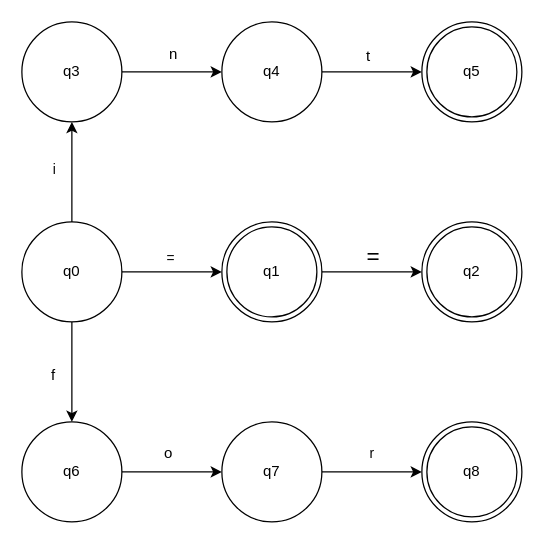
This is resources/book/DFA Example.drawio from EthanChartoff/Quest, a draw.io file, before an edit. Source tidied: cells renumbered, new cells numbered last; positions are measured from the earlier drawing's top-left corner, leaving out a move shared by most shapes. Both pictures are drawn from the tidied source at 125%, with x=0, y=0 at pixel (21, 21).
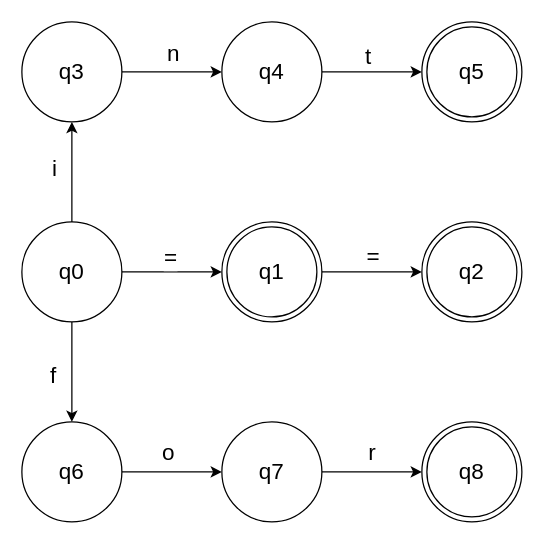
After the change.

Change to the diagram source:
```diff
@@
-    <mxCell id="2" style="edgeStyle=orthogonalEdgeStyle;rounded=0;jettySize=auto;html=1;" parent="1" edge="1" source="7">
+    <mxCell id="2" style="edgeStyle=orthogonalEdgeStyle;rounded=0;jettySize=auto;html=1;fontSize=18;" parent="1" edge="1" source="7">
       <mxGeometry relative="1" as="geometry">
         <mxPoint x="160" y="200" as="targetPoint" />
       </mxGeometry>
     </mxCell>
-    <mxCell id="3" value="=" style="edgeLabel;html=1;align=center;verticalAlign=middle;" parent="2" vertex="1">
+    <mxCell id="3" value="=" style="edgeLabel;html=1;align=center;verticalAlign=middle;fontSize=18;" parent="2" vertex="1">
       <mxGeometry x="0.08" y="-1" relative="1" as="geometry">
         <mxPoint x="-4" y="-13" as="offset" />
       </mxGeometry>
     </mxCell>
-    <mxCell id="4" style="edgeStyle=orthogonalEdgeStyle;rounded=0;jettySize=auto;html=1;" parent="1" edge="1" source="7" target="9">
+    <mxCell id="4" style="edgeStyle=orthogonalEdgeStyle;rounded=0;jettySize=auto;html=1;fontSize=18;" parent="1" edge="1" source="7" target="9">
       <mxGeometry relative="1" as="geometry" />
     </mxCell>
-    <mxCell id="5" style="edgeStyle=orthogonalEdgeStyle;rounded=0;jettySize=auto;html=1;" parent="1" edge="1" source="7" target="11">
+    <mxCell id="5" style="edgeStyle=orthogonalEdgeStyle;rounded=0;jettySize=auto;html=1;fontSize=18;" parent="1" edge="1" source="7" target="11">
       <mxGeometry relative="1" as="geometry" />
     </mxCell>
-    <mxCell id="6" value="i" style="edgeLabel;html=1;align=center;verticalAlign=middle;" parent="5" vertex="1">
+    <mxCell id="6" value="i" style="edgeLabel;html=1;align=center;verticalAlign=middle;fontSize=18;" parent="5" vertex="1">
       <mxGeometry x="0.15" y="1" relative="1" as="geometry">
         <mxPoint x="-14" y="3" as="offset" />
       </mxGeometry>
     </mxCell>
-    <mxCell id="7" value="q0" style="ellipse;whiteSpace=wrap;html=1;" parent="1" vertex="1">
+    <mxCell id="7" value="q0" style="ellipse;whiteSpace=wrap;html=1;fontSize=18;" parent="1" vertex="1">
       <mxGeometry y="160" width="80" height="80" as="geometry" />
     </mxCell>
-    <mxCell id="8" style="edgeStyle=orthogonalEdgeStyle;rounded=0;jettySize=auto;html=1;" parent="1" edge="1" source="9" target="24">
+    <mxCell id="8" style="edgeStyle=orthogonalEdgeStyle;rounded=0;jettySize=auto;html=1;fontSize=18;" parent="1" edge="1" source="9" target="24">
       <mxGeometry relative="1" as="geometry" />
     </mxCell>
-    <mxCell id="9" value="q6" style="ellipse;whiteSpace=wrap;html=1;" parent="1" vertex="1">
+    <mxCell id="9" value="q6" style="ellipse;whiteSpace=wrap;html=1;fontSize=18;" parent="1" vertex="1">
       <mxGeometry y="320" width="80" height="80" as="geometry" />
     </mxCell>
-    <mxCell id="10" style="edgeStyle=orthogonalEdgeStyle;rounded=0;jettySize=auto;html=1;" parent="1" edge="1" source="11" target="17">
+    <mxCell id="10" style="edgeStyle=orthogonalEdgeStyle;rounded=0;jettySize=auto;html=1;fontSize=18;" parent="1" edge="1" source="11" target="17">
       <mxGeometry relative="1" as="geometry" />
     </mxCell>
-    <mxCell id="11" value="q3" style="ellipse;whiteSpace=wrap;html=1;" parent="1" vertex="1">
+    <mxCell id="11" value="q3" style="ellipse;whiteSpace=wrap;html=1;fontSize=18;" parent="1" vertex="1">
       <mxGeometry width="80" height="80" as="geometry" />
     </mxCell>
-    <mxCell id="12" style="edgeStyle=orthogonalEdgeStyle;rounded=0;jettySize=auto;html=1;" parent="1" edge="1" source="14" target="15">
+    <mxCell id="12" style="edgeStyle=orthogonalEdgeStyle;rounded=0;jettySize=auto;html=1;fontSize=18;" parent="1" edge="1" source="14" target="15">
       <mxGeometry relative="1" as="geometry" />
     </mxCell>
@@
-    <mxCell id="14" value="q1" style="ellipse;shape=doubleEllipse;whiteSpace=wrap;html=1;" parent="1" vertex="1">
+    <mxCell id="14" value="q1" style="ellipse;shape=doubleEllipse;whiteSpace=wrap;html=1;fontSize=18;" parent="1" vertex="1">
       <mxGeometry x="160" y="160" width="80" height="80" as="geometry" />
     </mxCell>
-    <mxCell id="15" value="q2" style="ellipse;shape=doubleEllipse;whiteSpace=wrap;html=1;" parent="1" vertex="1">
+    <mxCell id="15" value="q2" style="ellipse;shape=doubleEllipse;whiteSpace=wrap;html=1;fontSize=18;" parent="1" vertex="1">
       <mxGeometry x="320" y="160" width="80" height="80" as="geometry" />
     </mxCell>
-    <mxCell id="16" style="edgeStyle=orthogonalEdgeStyle;rounded=0;jettySize=auto;html=1;" parent="1" edge="1" source="17" target="18">
+    <mxCell id="16" style="edgeStyle=orthogonalEdgeStyle;rounded=0;jettySize=auto;html=1;fontSize=18;" parent="1" edge="1" source="17" target="18">
       <mxGeometry relative="1" as="geometry" />
     </mxCell>
-    <mxCell id="17" value="q4" style="ellipse;whiteSpace=wrap;html=1;" parent="1" vertex="1">
+    <mxCell id="17" value="q4" style="ellipse;whiteSpace=wrap;html=1;fontSize=18;" parent="1" vertex="1">
       <mxGeometry x="160" width="80" height="80" as="geometry" />
     </mxCell>
-    <mxCell id="18" value="q5" style="ellipse;shape=doubleEllipse;whiteSpace=wrap;html=1;" parent="1" vertex="1">
+    <mxCell id="18" value="q5" style="ellipse;shape=doubleEllipse;whiteSpace=wrap;html=1;fontSize=18;" parent="1" vertex="1">
       <mxGeometry x="320" width="80" height="80" as="geometry" />
     </mxCell>
-    <mxCell id="19" value="n" style="text;html=1;align=center;verticalAlign=middle;strokeColor=none;fillColor=none;" parent="1" vertex="1">
-      <mxGeometry x="106" y="11" width="30" height="30" as="geometry" />
+    <mxCell id="19" value="n" style="text;html=1;align=center;verticalAlign=middle;strokeColor=none;fillColor=none;fontSize=18;" parent="1" vertex="1">
+      <mxGeometry x="106" y="6" width="30" height="40" as="geometry" />
     </mxCell>
-    <mxCell id="20" value="t" style="text;html=1;align=center;verticalAlign=middle;strokeColor=none;fillColor=none;" parent="1" vertex="1">
-      <mxGeometry x="262" y="13" width="30" height="30" as="geometry" />
+    <mxCell id="20" value="t" style="text;html=1;align=center;verticalAlign=middle;strokeColor=none;fillColor=none;fontSize=18;" parent="1" vertex="1">
+      <mxGeometry x="262" y="8" width="30" height="40" as="geometry" />
     </mxCell>
-    <mxCell id="21" value="f" style="text;html=1;align=center;verticalAlign=middle;strokeColor=none;fillColor=none;" parent="1" vertex="1">
-      <mxGeometry x="10" y="268" width="30" height="30" as="geometry" />
+    <mxCell id="21" value="f" style="text;html=1;align=center;verticalAlign=middle;strokeColor=none;fillColor=none;fontSize=18;" parent="1" vertex="1">
+      <mxGeometry x="10" y="263" width="30" height="40" as="geometry" />
     </mxCell>
-    <mxCell id="22" style="edgeStyle=orthogonalEdgeStyle;rounded=0;jettySize=auto;html=1;" parent="1" edge="1" source="24">
+    <mxCell id="22" style="edgeStyle=orthogonalEdgeStyle;rounded=0;jettySize=auto;html=1;fontSize=18;" parent="1" edge="1" source="24">
       <mxGeometry relative="1" as="geometry">
         <mxPoint x="320" y="360" as="targetPoint" />
       </mxGeometry>
     </mxCell>
-    <mxCell id="23" value="r" style="edgeLabel;html=1;align=center;verticalAlign=middle;" parent="22" vertex="1">
+    <mxCell id="23" value="r" style="edgeLabel;html=1;align=center;verticalAlign=middle;fontSize=18;" parent="22" vertex="1">
       <mxGeometry x="-0.12" y="6" relative="1" as="geometry">
         <mxPoint x="4" y="-10" as="offset" />
       </mxGeometry>
     </mxCell>
-    <mxCell id="24" value="q7" style="ellipse;whiteSpace=wrap;html=1;" parent="1" vertex="1">
+    <mxCell id="24" value="q7" style="ellipse;whiteSpace=wrap;html=1;fontSize=18;" parent="1" vertex="1">
       <mxGeometry x="160" y="320" width="80" height="80" as="geometry" />
     </mxCell>
-    <mxCell id="25" value="o" style="text;html=1;align=center;verticalAlign=middle;strokeColor=none;fillColor=none;" parent="1" vertex="1">
-      <mxGeometry x="102" y="330" width="30" height="30" as="geometry" />
+    <mxCell id="25" value="o" style="text;html=1;align=center;verticalAlign=middle;strokeColor=none;fillColor=none;fontSize=18;" parent="1" vertex="1">
+      <mxGeometry x="102" y="325" width="30" height="40" as="geometry" />
     </mxCell>
-    <mxCell id="26" value="q8" style="ellipse;shape=doubleEllipse;whiteSpace=wrap;html=1;" parent="1" vertex="1">
+    <mxCell id="26" value="q8" style="ellipse;shape=doubleEllipse;whiteSpace=wrap;html=1;fontSize=18;" parent="1" vertex="1">
       <mxGeometry x="320" y="320" width="80" height="80" as="geometry" />
     </mxCell>
```
